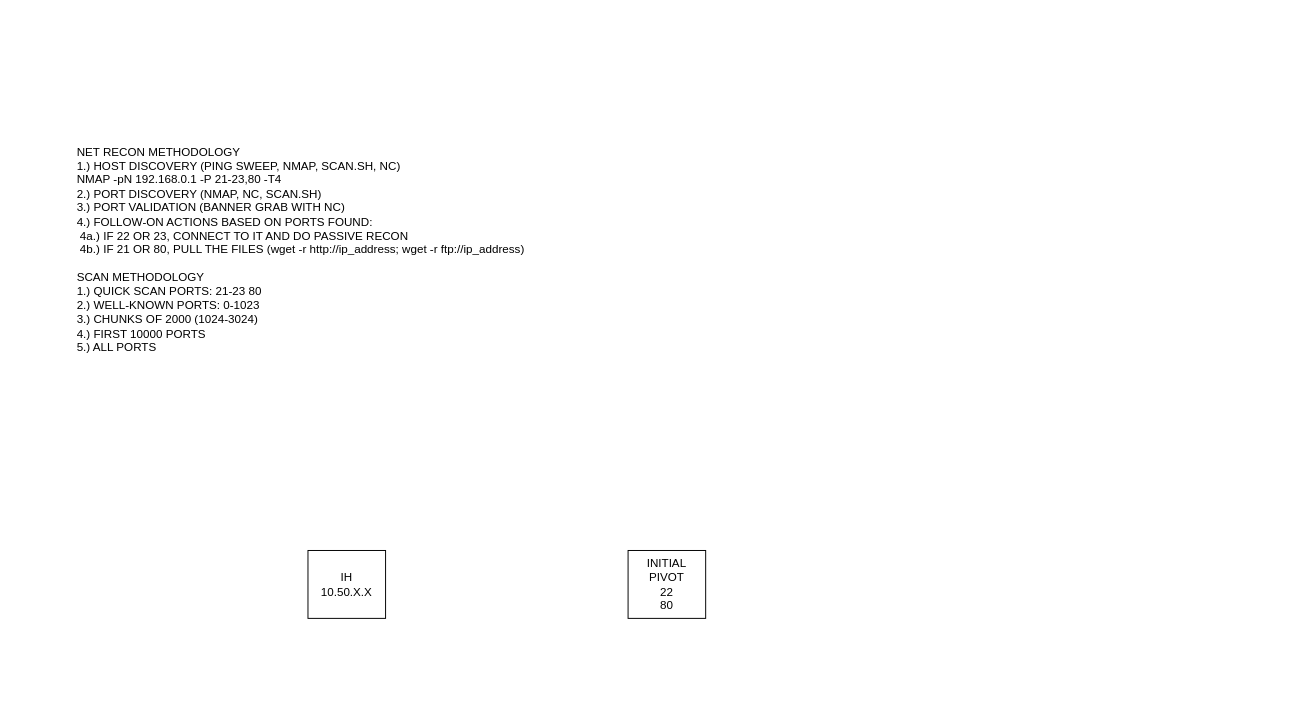
Above: Notes.drawio in AmericanFrench/BLOG (draw.io), before the change. Source tidied: cells renumbered, new cells numbered last; positions are measured from the earlier drawing's top-left corner, leaving out a move shared by most shapes. Both pictures are drawn from the tidied source at 97%, with x=0, y=0 at pixel (75, 113).
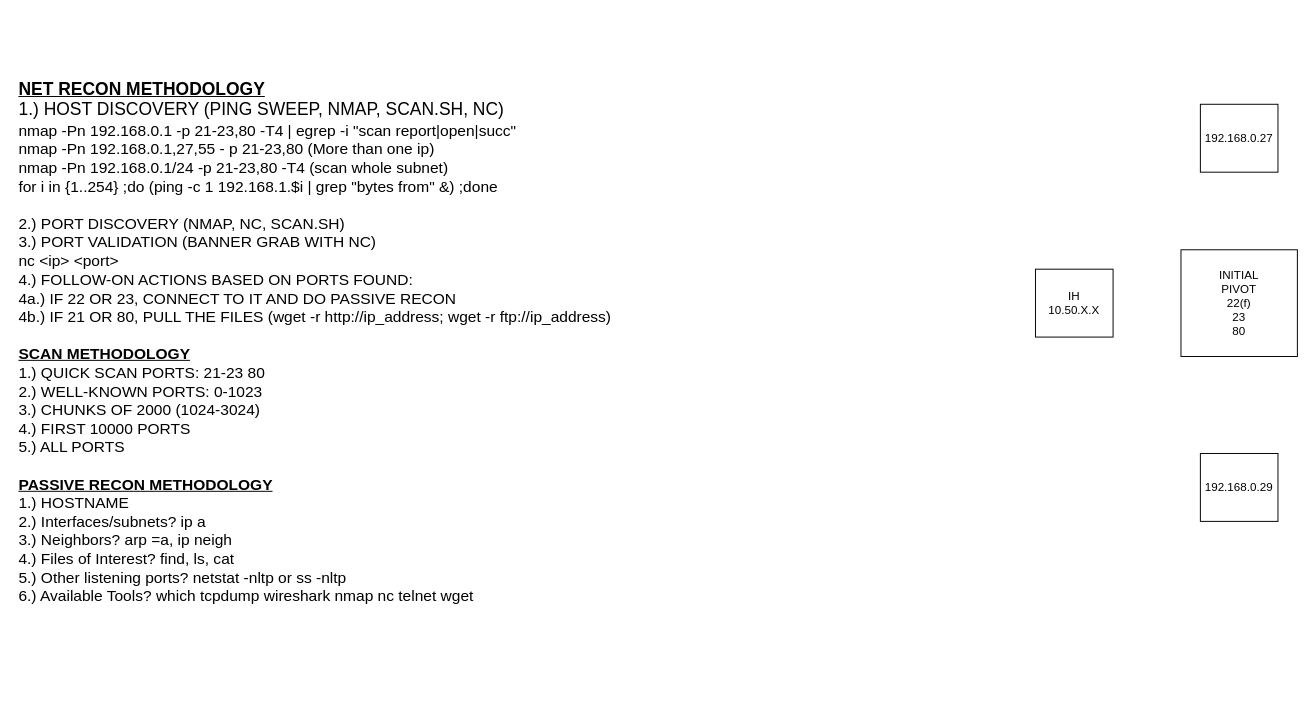
The same diagram, later.

The edit, as a diff of the source:
```diff
@@
 <mxGraphModel>
   <root>
     <mxCell id="0" />
     <mxCell id="1" parent="0" />
     <mxCell id="2" value="&lt;div&gt;IH&lt;/div&gt;&lt;div&gt;10.50.X.X&lt;br&gt;&lt;/div&gt;" style="rounded=0;whiteSpace=wrap;html=1;" parent="1" vertex="1">
-      <mxGeometry x="240" y="450" width="80" height="70" as="geometry" />
+      <mxGeometry x="990" y="160" width="80" height="70" as="geometry" />
     </mxCell>
-    <mxCell id="3" value="&lt;div&gt;INITIAL&lt;/div&gt;&lt;div&gt;PIVOT&lt;/div&gt;&lt;div&gt;22&lt;/div&gt;&lt;div&gt;80&lt;br&gt;&lt;/div&gt;" style="rounded=0;whiteSpace=wrap;html=1;" parent="1" vertex="1">
-      <mxGeometry x="570" y="450" width="80" height="70" as="geometry" />
+    <mxCell id="3" value="&lt;div&gt;INITIAL&lt;/div&gt;&lt;div&gt;PIVOT&lt;/div&gt;&lt;div&gt;22(f)&lt;br&gt;&lt;/div&gt;&lt;div&gt;23&lt;/div&gt;&lt;div&gt;80&lt;br&gt;&lt;/div&gt;" style="rounded=0;whiteSpace=wrap;html=1;" parent="1" vertex="1">
+      <mxGeometry x="1140" y="140" width="120" height="110" as="geometry" />
     </mxCell>
-    <mxCell id="4" value="&lt;div align=&quot;left&quot;&gt;NET RECON METHODOLOGY&lt;/div&gt;&lt;div align=&quot;left&quot;&gt;1.) HOST DISCOVERY (PING SWEEP, NMAP, SCAN.SH, NC)&lt;/div&gt;&lt;div align=&quot;left&quot;&gt;NMAP -pN 192.168.0.1 -P 21-23,80 -T4&lt;br&gt;&lt;/div&gt;&lt;div align=&quot;left&quot;&gt;2.) PORT DISCOVERY (NMAP, NC, SCAN.SH)&lt;/div&gt;&lt;div align=&quot;left&quot;&gt;3.) PORT VALIDATION (BANNER GRAB WITH NC)&lt;/div&gt;&lt;div align=&quot;left&quot;&gt;4.) FOLLOW-ON ACTIONS BASED ON PORTS FOUND:&lt;/div&gt;&lt;div align=&quot;left&quot;&gt;&lt;span style=&quot;white-space: pre;&quot;&gt; &lt;/span&gt;4a.) IF 22 OR 23, CONNECT TO IT AND DO PASSIVE RECON&lt;/div&gt;&lt;div align=&quot;left&quot;&gt;&lt;span style=&quot;white-space: pre;&quot;&gt; &lt;/span&gt;4b.) IF 21 OR 80, PULL THE FILES (wget -r http://ip_address; wget -r ftp://ip_address)&lt;/div&gt;&lt;div align=&quot;left&quot;&gt;&lt;br&gt;&lt;/div&gt;&lt;div align=&quot;left&quot;&gt;SCAN METHODOLOGY&lt;/div&gt;&lt;div align=&quot;left&quot;&gt;1.) QUICK SCAN PORTS: 21-23 80&lt;/div&gt;&lt;div align=&quot;left&quot;&gt;2.) WELL-KNOWN PORTS: 0-1023&lt;/div&gt;&lt;div align=&quot;left&quot;&gt;3.) CHUNKS OF 2000 (1024-3024)&lt;/div&gt;&lt;div align=&quot;left&quot;&gt;4.) FIRST 10000 PORTS&lt;/div&gt;&lt;div align=&quot;left&quot;&gt;5.) ALL PORTS&lt;br&gt;&lt;/div&gt;" style="text;html=1;strokeColor=none;fillColor=none;align=left;verticalAlign=middle;whiteSpace=wrap;rounded=0;" parent="1" vertex="1">
-      <mxGeometry width="510" height="280" as="geometry" />
+    <mxCell id="4" value="&lt;div align=&quot;left&quot;&gt;&lt;font style=&quot;font-size: 18px;&quot;&gt;&lt;b&gt;&lt;u&gt;NET RECON METHODOLOGY&lt;/u&gt;&lt;/b&gt;&lt;/font&gt;&lt;/div&gt;&lt;div align=&quot;left&quot;&gt;&lt;font style=&quot;font-size: 18px;&quot; size=&quot;3&quot;&gt;1.) HOST DISCOVERY (PING SWEEP, NMAP, SCAN.SH, NC)&lt;/font&gt;&lt;/div&gt;&lt;div align=&quot;left&quot;&gt;&lt;font size=&quot;3&quot;&gt;nmap -Pn 192.168.0.1 -p 21-23,80 -T4 | egrep -i &quot;scan report|open|succ&quot;&lt;br&gt;&lt;/font&gt;&lt;/div&gt;&lt;div align=&quot;left&quot;&gt;&lt;font size=&quot;3&quot;&gt;nmap -Pn 192.168.0.1,27,55 - p 21-23,80 (More than one ip)&lt;br&gt;&lt;/font&gt;&lt;/div&gt;&lt;div align=&quot;left&quot;&gt;&lt;font size=&quot;3&quot;&gt;nmap -Pn 192.168.0.1/24 -p 21-23,80 -T4 (scan whole subnet)&lt;/font&gt;&lt;/div&gt;&lt;div align=&quot;left&quot;&gt;&lt;font size=&quot;3&quot;&gt;for i in {1..254} ;do (ping -c 1 192.168.1.$i | grep &quot;bytes from&quot; &amp;amp;) ;done&lt;br&gt;&lt;/font&gt;&lt;/div&gt;&lt;div align=&quot;left&quot;&gt;&lt;font size=&quot;3&quot;&gt;&lt;br&gt;&lt;/font&gt;&lt;/div&gt;&lt;div align=&quot;left&quot;&gt;&lt;font size=&quot;3&quot;&gt;2.) PORT DISCOVERY (NMAP, NC, SCAN.SH)&lt;/font&gt;&lt;/div&gt;&lt;div align=&quot;left&quot;&gt;&lt;font size=&quot;3&quot;&gt;3.) PORT VALIDATION (BANNER GRAB WITH NC)&lt;/font&gt;&lt;/div&gt;&lt;div align=&quot;left&quot;&gt;&lt;font size=&quot;3&quot;&gt;nc &amp;lt;ip&amp;gt; &amp;lt;port&amp;gt;&lt;br&gt;&lt;/font&gt;&lt;/div&gt;&lt;div align=&quot;left&quot;&gt;&lt;font size=&quot;3&quot;&gt;4.) FOLLOW-ON ACTIONS BASED ON PORTS FOUND:&lt;/font&gt;&lt;/div&gt;&lt;div align=&quot;left&quot;&gt;&lt;font size=&quot;3&quot;&gt;&lt;span style=&quot;&quot;&gt; &lt;/span&gt;4a.) IF 22 OR 23, CONNECT TO IT AND DO PASSIVE RECON&lt;/font&gt;&lt;/div&gt;&lt;div align=&quot;left&quot;&gt;&lt;font size=&quot;3&quot;&gt;&lt;span style=&quot;&quot;&gt; &lt;/span&gt;4b.) IF 21 OR 80, PULL THE FILES (wget -r http://ip_address; wget -r ftp://ip_address)&lt;/font&gt;&lt;/div&gt;&lt;div align=&quot;left&quot;&gt;&lt;font size=&quot;3&quot;&gt;&lt;u&gt;&lt;br&gt;&lt;/u&gt;&lt;/font&gt;&lt;/div&gt;&lt;div align=&quot;left&quot;&gt;&lt;font size=&quot;3&quot;&gt;&lt;b&gt;&lt;u&gt;SCAN METHODOLOGY&lt;/u&gt;&lt;/b&gt;&lt;/font&gt;&lt;/div&gt;&lt;div align=&quot;left&quot;&gt;&lt;font size=&quot;3&quot;&gt;1.) QUICK SCAN PORTS: 21-23 80&lt;/font&gt;&lt;/div&gt;&lt;div align=&quot;left&quot;&gt;&lt;font size=&quot;3&quot;&gt;2.) WELL-KNOWN PORTS: 0-1023&lt;/font&gt;&lt;/div&gt;&lt;div align=&quot;left&quot;&gt;&lt;font size=&quot;3&quot;&gt;3.) CHUNKS OF 2000 (1024-3024)&lt;/font&gt;&lt;/div&gt;&lt;div align=&quot;left&quot;&gt;&lt;font size=&quot;3&quot;&gt;4.) FIRST 10000 PORTS&lt;/font&gt;&lt;/div&gt;&lt;div align=&quot;left&quot;&gt;&lt;font size=&quot;3&quot;&gt;5.) ALL PORTS&lt;br&gt;&lt;/font&gt;&lt;/div&gt;&lt;div align=&quot;left&quot;&gt;&lt;font size=&quot;3&quot;&gt;&lt;br&gt;&lt;/font&gt;&lt;/div&gt;&lt;div align=&quot;left&quot;&gt;&lt;font size=&quot;3&quot;&gt;&lt;b&gt;&lt;u&gt;PASSIVE RECON METHODOLOGY&lt;/u&gt;&lt;/b&gt;&lt;/font&gt;&lt;/div&gt;&lt;div align=&quot;left&quot;&gt;&lt;font size=&quot;3&quot;&gt;1.) HOSTNAME&lt;/font&gt;&lt;/div&gt;&lt;div align=&quot;left&quot;&gt;&lt;font size=&quot;3&quot;&gt;2.) Interfaces/subnets? ip a&lt;/font&gt;&lt;/div&gt;&lt;div align=&quot;left&quot;&gt;&lt;font size=&quot;3&quot;&gt;3.) Neighbors? arp =a, ip neigh&lt;/font&gt;&lt;/div&gt;&lt;div align=&quot;left&quot;&gt;&lt;font size=&quot;3&quot;&gt;4.) Files of Interest? find, ls, cat&lt;/font&gt;&lt;/div&gt;&lt;div align=&quot;left&quot;&gt;&lt;font size=&quot;3&quot;&gt;5.) Other listening ports? netstat -nltp or ss -nltp&lt;br&gt;&lt;/font&gt;&lt;/div&gt;&lt;div align=&quot;left&quot;&gt;&lt;font size=&quot;3&quot;&gt;6.) Available Tools? which tcpdump wireshark nmap nc telnet wget&lt;br&gt;&lt;/font&gt;&lt;/div&gt;&lt;div align=&quot;left&quot;&gt;&lt;font size=&quot;3&quot;&gt;&lt;br&gt;&lt;/font&gt;&lt;/div&gt;" style="text;html=1;strokeColor=none;fillColor=none;align=left;verticalAlign=middle;whiteSpace=wrap;rounded=0;" parent="1" vertex="1">
+      <mxGeometry x="-60" y="-100" width="740" height="690" as="geometry" />
     </mxCell>
+    <mxCell id="5" value="192.168.0.29" style="rounded=0;whiteSpace=wrap;html=1;" parent="1" vertex="1">
+      <mxGeometry x="1160" y="350" width="80" height="70" as="geometry" />
+    </mxCell>
+    <mxCell id="6" value="192.168.0.27" style="rounded=0;whiteSpace=wrap;html=1;" parent="1" vertex="1">
+      <mxGeometry x="1160" y="-10" width="80" height="70" as="geometry" />
+    </mxCell>
   </root>
 </mxGraphModel>
```
